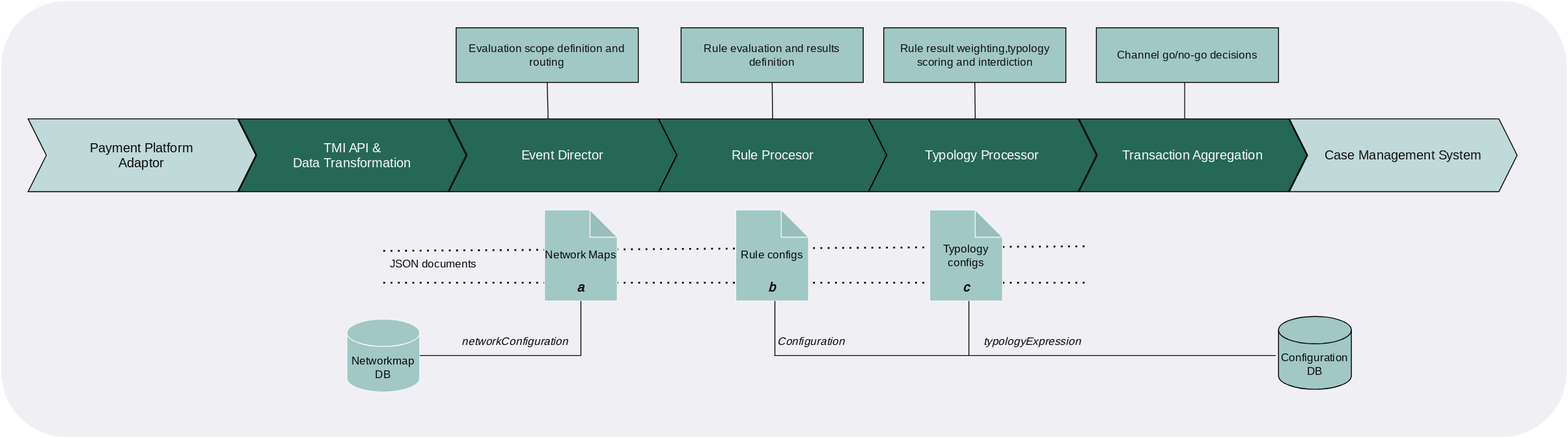
The draw.io diagram images/tazama-core-components-config.drawio.svg in tazama-lf/docs, before a commit. Source tidied: cells renumbered, new cells last; positions are measured from the earlier drawing's top-left corner, leaving out a move shared by most shapes.
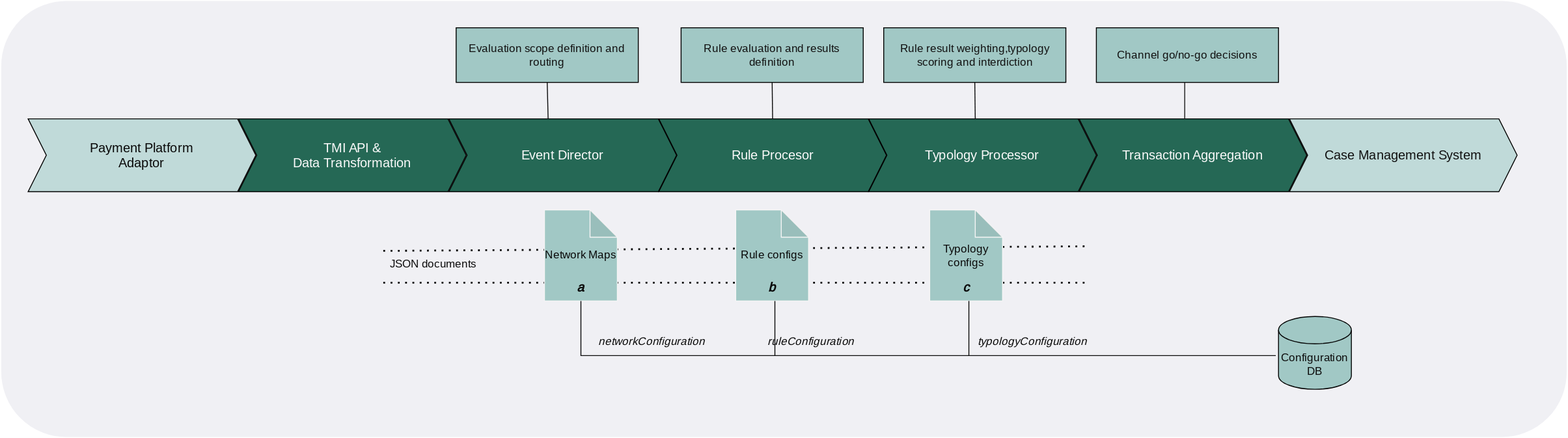
After the commit.

Commit message:
docs: configuration managment update

Diff of the diagram source:
```diff
@@ -37,9 +37,6 @@
     <mxCell id="11" value="Event Director" style="shape=step;perimeter=stepPerimeter;whiteSpace=wrap;html=1;fixedSize=1;fillColor=#256855;fontFamily=Open Sans;align=center;verticalAlign=middle;fontColor=#fafafa;fontSize=14;fontSource=https%3A%2F%2Ffonts.googleapis.com%2Fcss%3Ffamily%3DOpen%2BSans;" parent="1" vertex="1">
       <mxGeometry x="492" y="130" width="250" height="80" as="geometry" />
     </mxCell>
-    <mxCell id="12" value="Networkmap DB" style="shape=cylinder3;whiteSpace=wrap;html=1;boundedLbl=1;backgroundOutline=1;size=15;fillColor=#a1c8c5;fontFamily=Open Sans;fontColor=#0a0a0a;strokeColor=#f5f5f5;fontSource=https%3A%2F%2Ffonts.googleapis.com%2Fcss%3Ffamily%3DOpen%2BSans;" parent="1" vertex="1">
-      <mxGeometry x="380" y="350" width="80" height="80" as="geometry" />
-    </mxCell>
     <mxCell id="13" value="Network Maps" style="shape=note;whiteSpace=wrap;html=1;backgroundOutline=1;darkOpacity=0.05;fillColor=#a1c8c5;fontFamily=Open Sans;fontColor=#0a0a0a;strokeColor=#f5f5f5;fontSource=https%3A%2F%2Ffonts.googleapis.com%2Fcss%3Ffamily%3DOpen%2BSans;" parent="1" vertex="1">
       <mxGeometry x="597" y="230" width="80" height="100" as="geometry" />
     </mxCell>
@@ -65,12 +62,12 @@
       <mxGeometry x="747" y="30" width="200" height="60" as="geometry" />
     </mxCell>
     <mxCell id="21" value="networkConfiguration" style="text;html=1;align=center;verticalAlign=middle;whiteSpace=wrap;rounded=0;fontFamily=Open Sans;fontStyle=2;fontColor=#0a0a0a;fontSource=https%3A%2F%2Ffonts.googleapis.com%2Fcss%3Ffamily%3DOpen%2BSans;" parent="1" vertex="1">
-      <mxGeometry x="500" y="360" width="130" height="30" as="geometry" />
+      <mxGeometry x="650" y="360" width="130" height="30" as="geometry" />
     </mxCell>
-    <mxCell id="22" value="Configuration" style="text;html=1;align=center;verticalAlign=middle;whiteSpace=wrap;rounded=0;fontFamily=Open Sans;fontStyle=2;fontColor=#0a0a0a;fontSource=https%3A%2F%2Ffonts.googleapis.com%2Fcss%3Ffamily%3DOpen%2BSans;" parent="1" vertex="1">
+    <mxCell id="22" value="ruleConfiguration" style="text;html=1;align=center;verticalAlign=middle;whiteSpace=wrap;rounded=0;fontFamily=Open Sans;fontStyle=2;fontColor=#0a0a0a;fontSource=https%3A%2F%2Ffonts.googleapis.com%2Fcss%3Ffamily%3DOpen%2BSans;" parent="1" vertex="1">
       <mxGeometry x="860" y="360" width="60" height="30" as="geometry" />
     </mxCell>
-    <mxCell id="23" value="typologyExpression" style="text;html=1;align=center;verticalAlign=middle;whiteSpace=wrap;rounded=0;fontFamily=Open Sans;fontStyle=2;fontColor=#0a0a0a;fontSource=https%3A%2F%2Ffonts.googleapis.com%2Fcss%3Ffamily%3DOpen%2BSans;" parent="1" vertex="1">
+    <mxCell id="23" value="typologyConfiguration" style="text;html=1;align=center;verticalAlign=middle;whiteSpace=wrap;rounded=0;fontFamily=Open Sans;fontStyle=2;fontColor=#0a0a0a;fontSource=https%3A%2F%2Ffonts.googleapis.com%2Fcss%3Ffamily%3DOpen%2BSans;" parent="1" vertex="1">
       <mxGeometry x="1063" y="360" width="140" height="30" as="geometry" />
     </mxCell>
     <mxCell id="24" value="JSON documents" style="text;html=1;align=center;verticalAlign=middle;whiteSpace=wrap;rounded=0;fontFamily=Open Sans;fontColor=#0d0c0c;fontSource=https%3A%2F%2Ffonts.googleapis.com%2Fcss%3Ffamily%3DOpen%2BSans;" parent="1" vertex="1">
@@ -94,8 +91,9 @@
         <mxPoint x="1300" y="90" as="targetPoint" />
       </mxGeometry>
     </mxCell>
-    <mxCell id="29" style="endArrow=none;html=1;rounded=0;exitX=1;exitY=0.5;exitDx=0;exitDy=0;exitPerimeter=0;entryX=0.5;entryY=1;entryDx=0;entryDy=0;entryPerimeter=0;fontFamily=Open Sans;fontColor=#0a0a0a;strokeColor=#0a0a0a;fontSource=https%3A%2F%2Ffonts.googleapis.com%2Fcss%3Ffamily%3DOpen%2BSans;" parent="1" edge="1" source="12" target="13">
+    <mxCell id="29" style="endArrow=none;html=1;rounded=0;entryX=0.5;entryY=1;entryDx=0;entryDy=0;entryPerimeter=0;fontFamily=Open Sans;fontColor=#0a0a0a;strokeColor=#0a0a0a;fontSource=https%3A%2F%2Ffonts.googleapis.com%2Fcss%3Ffamily%3DOpen%2BSans;" parent="1" edge="1" target="13">
       <mxGeometry relative="1" as="geometry">
+        <mxPoint x="850" y="390" as="sourcePoint" />
         <Array as="points">
           <mxPoint x="637" y="390" />
         </Array>
```
